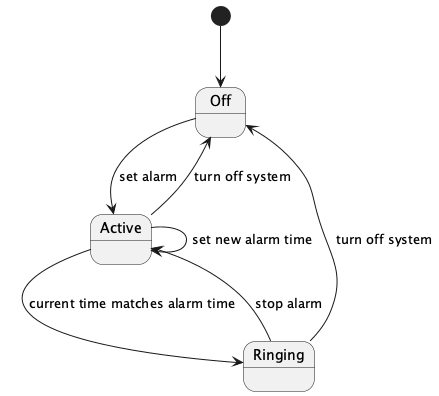
The PlantUML diagram results/plantuml_pipeline/ensemble_stacked_llm/runs/ensemble__all_methods__candidate_pool__stacked_llm/case_45_alarm_clock/ensemble.png in maimunafaria/State_transition_Diagram_generated_by_LLM, before a commit. The source it was exported from:
```plantuml
@startuml
[*] --> Off

state Off {
  Off --> Active : set alarm
}

state Active {
  Active --> Ringing : current time matches alarm time
  Active --> Active : set new alarm time
}

state Ringing {
  Ringing --> Active : stop alarm
}

Active --> Off : turn off system

Ringing --> Off : turn off system

@enduml
```
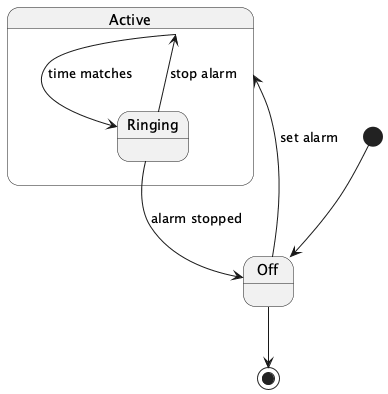
The same diagram one commit later.

What changed in the source:
```diff
@@ -6,16 +6,10 @@
 }
 
 state Active {
-  Active --> Ringing : current time matches alarm time
-  Active --> Active : set new alarm time
-}
-
-state Ringing {
+  Active --> Ringing : time matches
   Ringing --> Active : stop alarm
 }
 
-Active --> Off : turn off system
-
-Ringing --> Off : turn off system
-
+Off --> [*]
+Ringing --> Off : alarm stopped
 @enduml
```
